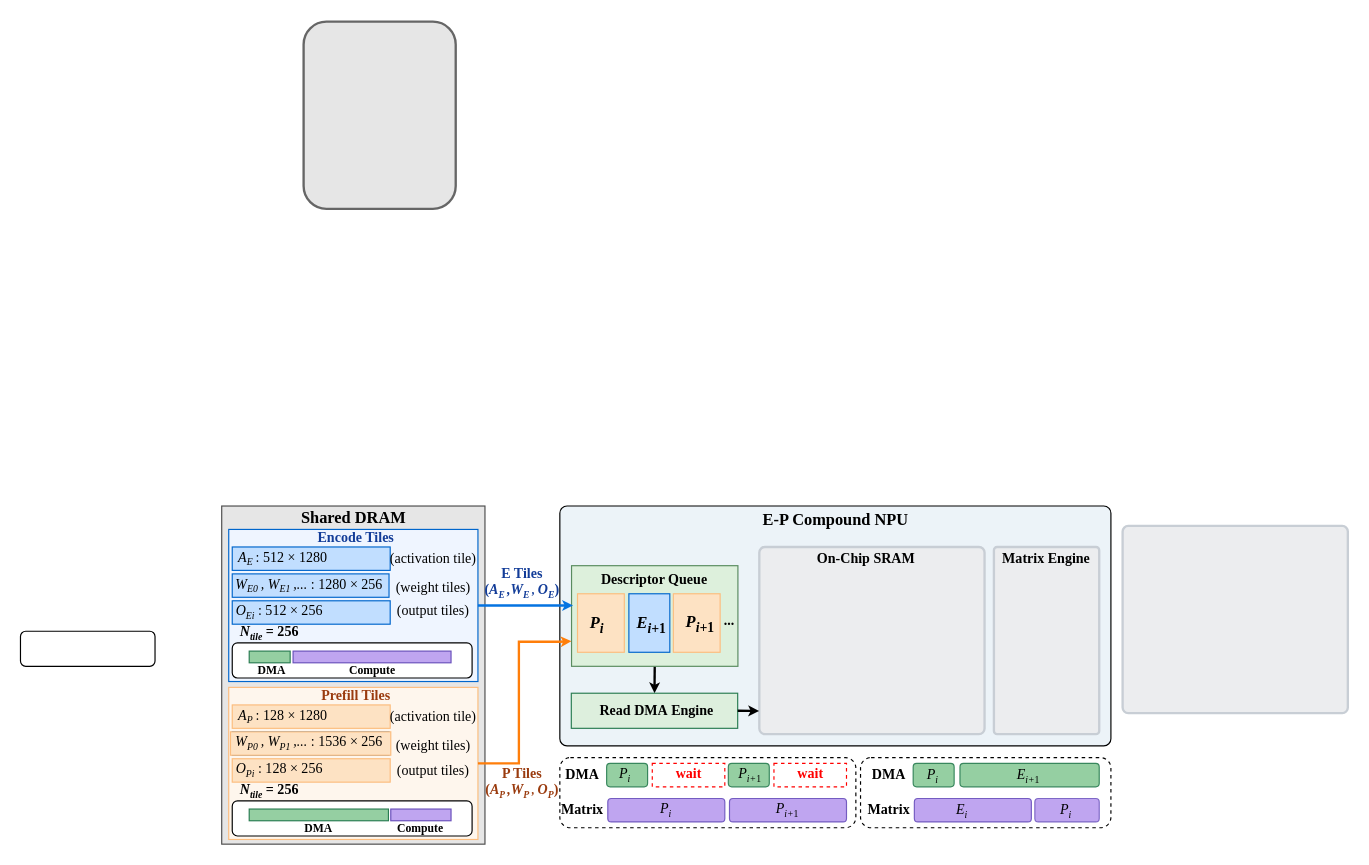
This is figures/decode.drawio from icszhr/hermes, a draw.io file, before an edit. Source tidied: cells renumbered, new cells numbered last; positions are measured from the earlier drawing's top-left corner, leaving out a move shared by most shapes. Both pictures are drawn from the tidied source at 117%, with x=0, y=0 at pixel (20, 21).
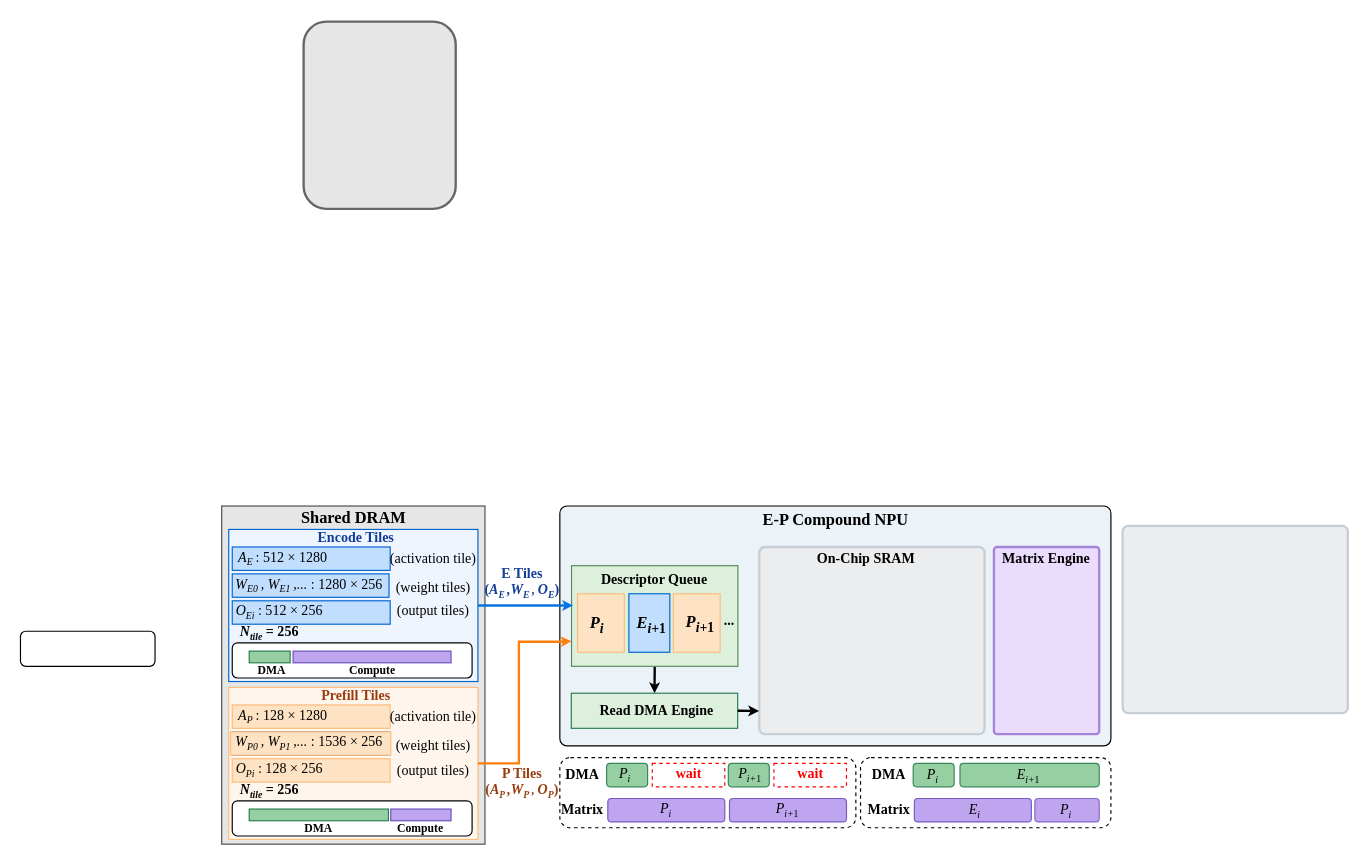
The same diagram, later.

Change to the diagram source:
```diff
@@
     <mxCell id="67" value="&lt;i style=&quot;forced-color-adjust: none; color: rgb(0, 0, 0); font-family: &amp;quot;Times New Roman&amp;quot;; font-size: 12px; font-variant-ligatures: normal; font-variant-caps: normal; font-weight: 400; letter-spacing: normal; orphans: 2; text-align: center; text-indent: 0px; text-transform: none; widows: 2; word-spacing: 0px; -webkit-text-stroke-width: 0px; white-space: normal; text-decoration-thickness: initial; text-decoration-style: initial; text-decoration-color: initial;&quot;&gt;E&lt;sub style=&quot;forced-color-adjust: none;&quot;&gt;&lt;font style=&quot;forced-color-adjust: none; font-size: 8.33333px;&quot;&gt;i&lt;/font&gt;&lt;/sub&gt;&lt;/i&gt;" style="text;whiteSpace=wrap;html=1;labelBackgroundColor=none;" parent="1" vertex="1">
-      <mxGeometry x="798" y="660" width="26" height="20" as="geometry" />
+      <mxGeometry x="809" y="660" width="26" height="20" as="geometry" />
     </mxCell>
@@
-    <mxCell id="88" style="rounded=1;whiteSpace=wrap;html=1;strokeColor=light-dark(#c8ced5, #56aeff);strokeWidth=2;fillColor=light-dark(#ecedef, #151b23);arcSize=3;" parent="1" vertex="1">
+    <mxCell id="88" style="rounded=1;whiteSpace=wrap;html=1;strokeColor=light-dark(#a684d9, #56aeff);strokeWidth=2;fillColor=light-dark(#e9dcfd, #151b23);arcSize=3;" parent="1" vertex="1">
       <mxGeometry x="832" y="449" width="90" height="160" as="geometry" />
     </mxCell>
```
